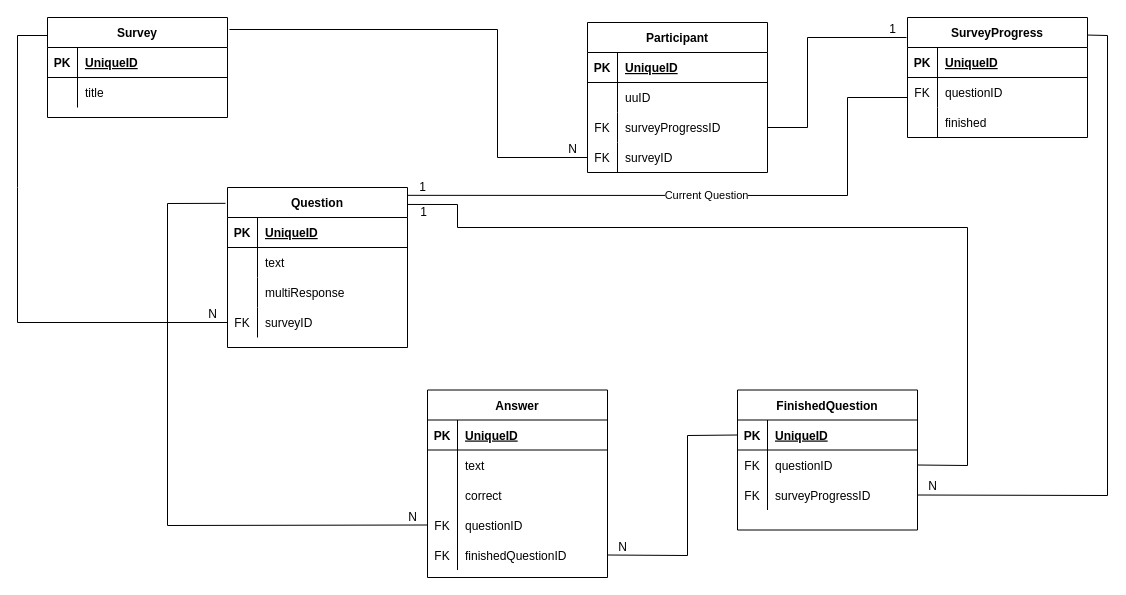
Above: docs/database.drawio in SATOCA/SATOCA (draw.io), before the change. Source tidied: cells renumbered, new cells numbered last; positions are measured from the earlier drawing's top-left corner, leaving out a move shared by most shapes. Both pictures are drawn from the tidied source at 100%, with x=0, y=0 at pixel (17, 17).
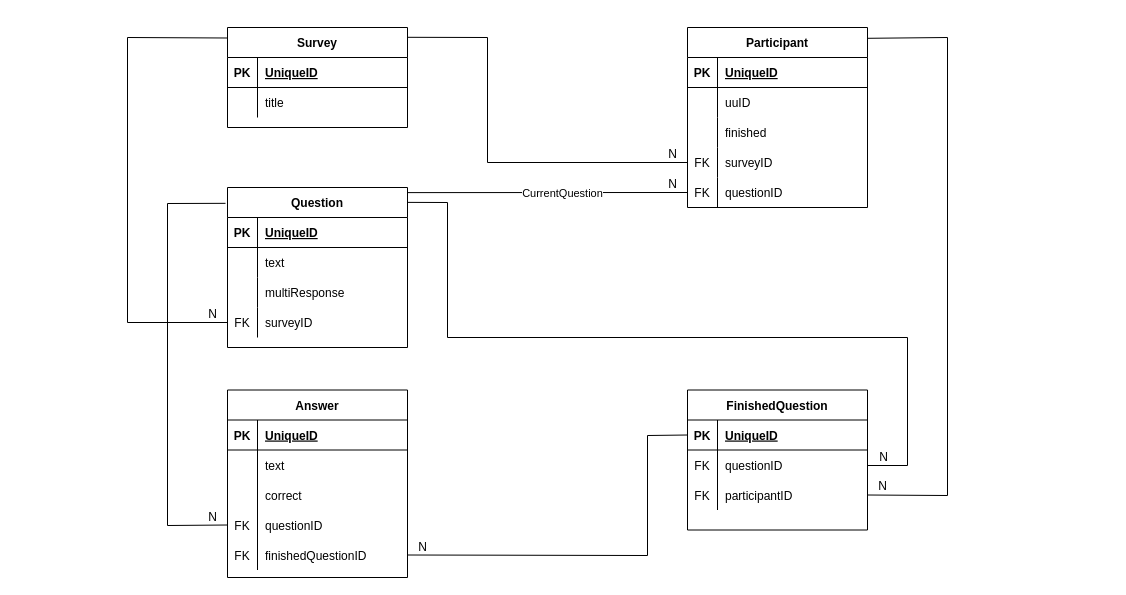
The same page after the edit.

Commit message (it also covers changes not shown here):
Include SurveyProgress into Participant

The change refers to these unchanged cells:
```xml
<mxCell id="38" value="Question" style="shape=table;startSize=30;childLayout=tableLayout;rowLines=0;fontStyle=1;align=center;" parent="1" vertex="1">
  <mxGeometry x="210" y="170" width="180" height="160" as="geometry" />
</mxCell>
<mxCell id="48" style="shape=partialRectangle;fillColor=none;top=0;left=0;bottom=0;right=0;points=[[0,0.5],[1,0.5]];portConstraint=eastwest;" parent="38" vertex="1">
  <mxGeometry y="120" width="180" height="30" as="geometry" />
</mxCell>
<mxCell id="64" style="shape=partialRectangle;fillColor=none;top=0;left=0;bottom=0;right=0;points=[[0,0.5],[1,0.5]];portConstraint=eastwest;" parent="51" vertex="1">
  <mxGeometry y="150" width="180" height="30" as="geometry" />
</mxCell>
<mxCell id="78" style="shape=partialRectangle;fillColor=none;top=0;left=0;bottom=1;right=0;points=[[0,0.5],[1,0.5]];portConstraint=eastwest;" parent="77" vertex="1">
  <mxGeometry y="30" width="180" height="30" as="geometry" />
</mxCell>
<mxCell id="81" style="shape=partialRectangle;fillColor=none;top=0;left=0;bottom=0;right=0;points=[[0,0.5],[1,0.5]];portConstraint=eastwest;" parent="77" vertex="1">
  <mxGeometry y="60" width="180" height="30" as="geometry" />
</mxCell>
<mxCell id="84" style="shape=partialRectangle;fillColor=none;top=0;left=0;bottom=0;right=0;points=[[0,0.5],[1,0.5]];portConstraint=eastwest;" parent="77" vertex="1">
  <mxGeometry y="90" width="180" height="30" as="geometry" />
</mxCell>
```

What changed in the source:
```diff
@@
-    <mxCell id="2" value="Participant" style="shape=table;startSize=30;childLayout=tableLayout;rowLines=0;fontStyle=1;align=center;" parent="1" vertex="1">
-      <mxGeometry x="570" y="5" width="180" height="150" as="geometry" />
-    </mxCell>
-    <mxCell id="3" style="shape=partialRectangle;fillColor=none;top=0;left=0;bottom=1;right=0;" parent="2" vertex="1">
-      <mxGeometry y="30" width="180" height="30" as="geometry" />
-    </mxCell>
-    <mxCell id="4" value="PK" style="shape=partialRectangle;fillColor=none;top=0;left=0;bottom=0;right=0;fontStyle=1;overflow=hidden;" parent="3" vertex="1">
-      <mxGeometry width="30" height="30" as="geometry" />
-    </mxCell>
-    <mxCell id="5" value="UniqueID" style="shape=partialRectangle;fillColor=none;top=0;left=0;bottom=0;right=0;align=left;spacingLeft=6;fontStyle=5;overflow=hidden;" parent="3" vertex="1">
-      <mxGeometry x="30" width="150" height="30" as="geometry" />
-    </mxCell>
-    <mxCell id="6" style="shape=partialRectangle;fillColor=none;top=0;left=0;bottom=0;right=0;" parent="2" vertex="1">
-      <mxGeometry y="60" width="180" height="30" as="geometry" />
-    </mxCell>
-    <mxCell id="7" style="shape=partialRectangle;fillColor=none;top=0;left=0;bottom=0;right=0;overflow=hidden;" parent="6" vertex="1">
-      <mxGeometry width="30" height="30" as="geometry" />
-    </mxCell>
-    <mxCell id="8" value="uuID" style="shape=partialRectangle;fillColor=none;top=0;left=0;bottom=0;right=0;align=left;spacingLeft=6;overflow=hidden;" parent="6" vertex="1">
-      <mxGeometry x="30" width="150" height="30" as="geometry" />
-    </mxCell>
-    <mxCell id="9" style="shape=partialRectangle;fillColor=none;top=0;left=0;bottom=0;right=0;points=[[0,0.5],[1,0.5]];portConstraint=eastwest;" parent="2" vertex="1">
-      <mxGeometry y="90" width="180" height="30" as="geometry" />
-    </mxCell>
-    <mxCell id="10" value="FK" style="shape=partialRectangle;fillColor=none;top=0;left=0;bottom=0;right=0;overflow=hidden;" parent="9" vertex="1">
-      <mxGeometry width="30" height="30" as="geometry" />
-    </mxCell>
-    <mxCell id="11" value="surveyProgressID" style="shape=partialRectangle;fillColor=none;top=0;left=0;bottom=0;right=0;align=left;spacingLeft=6;overflow=hidden;" parent="9" vertex="1">
-      <mxGeometry x="30" width="150" height="30" as="geometry" />
-    </mxCell>
-    <mxCell id="12" style="shape=partialRectangle;fillColor=none;top=0;left=0;bottom=0;right=0;points=[[0,0.5],[1,0.5]];portConstraint=eastwest;" parent="2" vertex="1">
-      <mxGeometry y="120" width="180" height="30" as="geometry" />
-    </mxCell>
-    <mxCell id="13" value="FK" style="shape=partialRectangle;fillColor=none;top=0;left=0;bottom=0;right=0;overflow=hidden;" parent="12" vertex="1">
-      <mxGeometry width="30" height="30" as="geometry" />
-    </mxCell>
-    <mxCell id="14" value="surveyID" style="shape=partialRectangle;fillColor=none;top=0;left=0;bottom=0;right=0;align=left;spacingLeft=6;overflow=hidden;" parent="12" vertex="1">
-      <mxGeometry x="30" width="150" height="30" as="geometry" />
-    </mxCell>
-    <mxCell id="15" style="endArrow=none;html=1;rounded=0;exitX=1;exitY=0.5;exitDx=0;exitDy=0;" parent="1" edge="1" source="9">
-      <mxGeometry relative="1" as="geometry">
-        <mxPoint x="889" y="20" as="targetPoint" />
-        <Array as="points">
-          <mxPoint x="790" y="110" />
-          <mxPoint x="790" y="20" />
-        </Array>
-      </mxGeometry>
-    </mxCell>
-    <mxCell id="16" value="1" style="html=1;align=right;verticalAlign=bottom;" parent="15" vertex="1">
-      <mxGeometry x="1" relative="1" as="geometry">
-        <mxPoint x="-10" as="offset" />
-      </mxGeometry>
-    </mxCell>
-    <mxCell id="17" value="Current Question" style="endArrow=none;html=1;rounded=0;exitX=0;exitY=0.667;exitDx=0;exitDy=0;exitPerimeter=0;entryX=0.996;entryY=0.049;entryDx=0;entryDy=0;entryPerimeter=0;" parent="1" edge="1" source="71" target="38">
-      <mxGeometry relative="1" as="geometry">
-        <Array as="points">
-          <mxPoint x="830" y="80" />
-          <mxPoint x="830" y="178" />
-        </Array>
-      </mxGeometry>
-    </mxCell>
-    <mxCell id="18" value="1" style="html=1;align=right;verticalAlign=bottom;" parent="17" vertex="1">
-      <mxGeometry x="1" relative="1" as="geometry">
-        <mxPoint x="20" as="offset" />
-      </mxGeometry>
-    </mxCell>
-    <mxCell id="19" style="endArrow=none;html=1;rounded=0;entryX=1;entryY=0.5;entryDx=0;entryDy=0;exitX=0.995;exitY=0.146;exitDx=0;exitDy=0;exitPerimeter=0;" parent="1" edge="1" source="67" target="84">
+    <mxCell id="19" style="endArrow=none;html=1;rounded=0;entryX=1;entryY=0.5;entryDx=0;entryDy=0;exitX=1.002;exitY=0.06;exitDx=0;exitDy=0;exitPerimeter=0;" parent="1" edge="1" source="2" target="84">
       <mxGeometry relative="1" as="geometry">
         <Array as="points">
-          <mxPoint x="1090" y="18" />
-          <mxPoint x="1090" y="478" />
+          <mxPoint x="930" y="20" />
+          <mxPoint x="930" y="478" />
         </Array>
       </mxGeometry>
     </mxCell>
@@
-    <mxCell id="21" style="endArrow=none;html=1;rounded=0;exitX=1;exitY=0.5;exitDx=0;exitDy=0;entryX=1.002;entryY=0.106;entryDx=0;entryDy=0;entryPerimeter=0;" parent="1" edge="1" source="81" target="38">
-      <mxGeometry relative="1" as="geometry">
-        <Array as="points">
-          <mxPoint x="950" y="448" />
-          <mxPoint x="950" y="210" />
-          <mxPoint x="440" y="210" />
-          <mxPoint x="440" y="187" />
-        </Array>
-      </mxGeometry>
-    </mxCell>
-    <mxCell id="22" value="1" style="html=1;align=right;verticalAlign=bottom;" parent="21" vertex="1">
-      <mxGeometry x="1" relative="1" as="geometry">
-        <mxPoint x="20" y="16" as="offset" />
-      </mxGeometry>
-    </mxCell>
     <mxCell id="23" style="endArrow=none;html=1;rounded=0;exitX=0;exitY=0.5;exitDx=0;exitDy=0;entryX=1;entryY=0.5;entryDx=0;entryDy=0;" parent="1" edge="1" source="78" target="64">
       <mxGeometry relative="1" as="geometry">
         <Array as="points">
-          <mxPoint x="670" y="418" />
-          <mxPoint x="670" y="538" />
+          <mxPoint x="630" y="418" />
+          <mxPoint x="630" y="538" />
         </Array>
       </mxGeometry>
     </mxCell>
@@
-    <mxCell id="25" style="endArrow=none;html=1;rounded=0;exitX=1.011;exitY=0.12;exitDx=0;exitDy=0;entryX=0;entryY=0.5;entryDx=0;entryDy=0;exitPerimeter=0;" parent="1" edge="1" source="31" target="12">
+    <mxCell id="25" style="endArrow=none;html=1;rounded=0;entryX=0;entryY=0.5;entryDx=0;entryDy=0;exitX=0.999;exitY=0.098;exitDx=0;exitDy=0;exitPerimeter=0;" parent="1" edge="1" source="31" target="12">
       <mxGeometry relative="1" as="geometry">
         <Array as="points">
-          <mxPoint x="480" y="12" />
-          <mxPoint x="480" y="140" />
+          <mxPoint x="470" y="20" />
+          <mxPoint x="470" y="145" />
         </Array>
       </mxGeometry>
     </mxCell>
@@
-    <mxCell id="27" style="endArrow=none;html=1;rounded=0;exitX=0.011;exitY=0.18;exitDx=0;exitDy=0;entryX=0;entryY=0.5;entryDx=0;entryDy=0;exitPerimeter=0;" parent="1" edge="1" source="31" target="48">
+    <mxCell id="27" style="endArrow=none;html=1;rounded=0;exitX=-0.001;exitY=0.105;exitDx=0;exitDy=0;entryX=0;entryY=0.5;entryDx=0;entryDy=0;exitPerimeter=0;" parent="1" edge="1" source="31" target="48">
       <mxGeometry relative="1" as="geometry">
         <Array as="points">
-          <mxPoint y="18" />
-          <mxPoint y="170" />
-          <mxPoint y="305" />
+          <mxPoint x="110" y="20" />
+          <mxPoint x="110" y="305" />
         </Array>
       </mxGeometry>
     </mxCell>
@@
-    <mxCell id="31" value="Survey" style="shape=table;startSize=30;childLayout=tableLayout;rowLines=0;fontStyle=1;align=center;" parent="1" vertex="1">
-      <mxGeometry x="30" width="180" height="100" as="geometry" />
-    </mxCell>
-    <mxCell id="32" style="shape=partialRectangle;fillColor=none;top=0;left=0;bottom=1;right=0;" parent="31" vertex="1">
-      <mxGeometry y="30" width="180" height="30" as="geometry" />
-    </mxCell>
-    <mxCell id="33" value="PK" style="shape=partialRectangle;fillColor=none;top=0;left=0;bottom=0;right=0;fontStyle=1;overflow=hidden;" parent="32" vertex="1">
-      <mxGeometry width="30" height="30" as="geometry" />
-    </mxCell>
-    <mxCell id="34" value="UniqueID" style="shape=partialRectangle;fillColor=none;top=0;left=0;bottom=0;right=0;align=left;spacingLeft=6;fontStyle=5;overflow=hidden;" parent="32" vertex="1">
-      <mxGeometry x="30" width="150" height="30" as="geometry" />
-    </mxCell>
-    <mxCell id="35" style="shape=partialRectangle;fillColor=none;top=0;left=0;bottom=0;right=0;" parent="31" vertex="1">
-      <mxGeometry y="60" width="180" height="30" as="geometry" />
-    </mxCell>
-    <mxCell id="36" style="shape=partialRectangle;fillColor=none;top=0;left=0;bottom=0;right=0;overflow=hidden;" parent="35" vertex="1">
-      <mxGeometry width="30" height="30" as="geometry" />
-    </mxCell>
-    <mxCell id="37" value="title" style="shape=partialRectangle;fillColor=none;top=0;left=0;bottom=0;right=0;align=left;spacingLeft=6;overflow=hidden;" parent="35" vertex="1">
-      <mxGeometry x="30" width="150" height="30" as="geometry" />
-    </mxCell>
@@
+    <mxCell id="2" value="Participant" style="shape=table;startSize=30;childLayout=tableLayout;rowLines=0;fontStyle=1;align=center;" parent="1" vertex="1">
+      <mxGeometry x="670" y="10" width="180" height="180" as="geometry" />
+    </mxCell>
+    <mxCell id="87" style="shape=partialRectangle;fillColor=none;top=0;left=0;bottom=1;right=0;" parent="2" vertex="1">
+      <mxGeometry y="30" width="180" height="30" as="geometry" />
+    </mxCell>
+    <mxCell id="88" value="PK" style="shape=partialRectangle;fillColor=none;top=0;left=0;bottom=0;right=0;fontStyle=1;overflow=hidden;" parent="87" vertex="1">
+      <mxGeometry width="30" height="30" as="geometry" />
+    </mxCell>
+    <mxCell id="89" value="UniqueID" style="shape=partialRectangle;fillColor=none;top=0;left=0;bottom=0;right=0;align=left;spacingLeft=6;fontStyle=5;overflow=hidden;" parent="87" vertex="1">
+      <mxGeometry x="30" width="150" height="30" as="geometry" />
+    </mxCell>
+    <mxCell id="90" style="shape=partialRectangle;fillColor=none;top=0;left=0;bottom=0;right=0;" parent="2" vertex="1">
+      <mxGeometry y="60" width="180" height="30" as="geometry" />
+    </mxCell>
+    <mxCell id="91" style="shape=partialRectangle;fillColor=none;top=0;left=0;bottom=0;right=0;overflow=hidden;" parent="90" vertex="1">
+      <mxGeometry width="30" height="30" as="geometry" />
+    </mxCell>
+    <mxCell id="8" value="uuID" style="shape=partialRectangle;fillColor=none;top=0;left=0;bottom=0;right=0;align=left;spacingLeft=6;overflow=hidden;" parent="90" vertex="1">
+      <mxGeometry x="30" width="150" height="30" as="geometry" />
+    </mxCell>
+    <mxCell id="92" style="shape=partialRectangle;fillColor=none;top=0;left=0;bottom=0;right=0;" parent="2" vertex="1">
+      <mxGeometry y="90" width="180" height="30" as="geometry" />
+    </mxCell>
+    <mxCell id="93" style="shape=partialRectangle;fillColor=none;top=0;left=0;bottom=0;right=0;overflow=hidden;" parent="92" vertex="1">
+      <mxGeometry width="30" height="30" as="geometry" />
+    </mxCell>
+    <mxCell id="76" value="finished" style="shape=partialRectangle;fillColor=none;top=0;left=0;bottom=0;right=0;align=left;spacingLeft=6;overflow=hidden;" parent="92" vertex="1">
+      <mxGeometry x="30" width="150" height="30" as="geometry" />
+    </mxCell>
+    <mxCell id="12" style="shape=partialRectangle;fillColor=none;top=0;left=0;bottom=0;right=0;points=[[0,0.5],[1,0.5]];portConstraint=eastwest;" parent="2" vertex="1">
+      <mxGeometry y="120" width="180" height="30" as="geometry" />
+    </mxCell>
+    <mxCell id="94" value="FK" style="shape=partialRectangle;fillColor=none;top=0;left=0;bottom=0;right=0;overflow=hidden;" parent="12" vertex="1">
+      <mxGeometry width="30" height="30" as="geometry" />
+    </mxCell>
+    <mxCell id="14" value="surveyID" style="shape=partialRectangle;fillColor=none;top=0;left=0;bottom=0;right=0;align=left;spacingLeft=6;overflow=hidden;" parent="12" vertex="1">
+      <mxGeometry x="30" width="150" height="30" as="geometry" />
+    </mxCell>
+    <mxCell id="95" style="shape=partialRectangle;fillColor=none;top=0;left=0;bottom=0;right=0;points=[[0,0.5],[1,0.5]];portConstraint=eastwest;" parent="2" vertex="1">
+      <mxGeometry y="150" width="180" height="30" as="geometry" />
+    </mxCell>
+    <mxCell id="96" value="FK" style="shape=partialRectangle;fillColor=none;top=0;left=0;bottom=0;right=0;overflow=hidden;" parent="95" vertex="1">
+      <mxGeometry width="30" height="30" as="geometry" />
+    </mxCell>
+    <mxCell id="73" value="questionID" style="shape=partialRectangle;fillColor=none;top=0;left=0;bottom=0;right=0;align=left;spacingLeft=6;overflow=hidden;" parent="95" vertex="1">
+      <mxGeometry x="30" width="150" height="30" as="geometry" />
+    </mxCell>
     <mxCell id="51" value="Answer" style="shape=table;startSize=30;childLayout=tableLayout;rowLines=0;fontStyle=1;align=center;" parent="1" vertex="1">
-      <mxGeometry x="410" y="372.5" width="180" height="187.5" as="geometry" />
+      <mxGeometry x="210" y="372.5" width="180" height="187.5" as="geometry" />
     </mxCell>
@@
-    <mxCell id="67" value="SurveyProgress" style="shape=table;startSize=30;childLayout=tableLayout;rowLines=0;fontStyle=1;align=center;" parent="1" vertex="1">
-      <mxGeometry x="890" width="180" height="120" as="geometry" />
-    </mxCell>
-    <mxCell id="68" style="shape=partialRectangle;fillColor=none;top=0;left=0;bottom=1;right=0;" parent="67" vertex="1">
-      <mxGeometry y="30" width="180" height="30" as="geometry" />
-    </mxCell>
-    <mxCell id="69" value="PK" style="shape=partialRectangle;fillColor=none;top=0;left=0;bottom=0;right=0;fontStyle=1;overflow=hidden;" parent="68" vertex="1">
-      <mxGeometry width="30" height="30" as="geometry" />
-    </mxCell>
-    <mxCell id="70" value="UniqueID" style="shape=partialRectangle;fillColor=none;top=0;left=0;bottom=0;right=0;align=left;spacingLeft=6;fontStyle=5;overflow=hidden;" parent="68" vertex="1">
-      <mxGeometry x="30" width="150" height="30" as="geometry" />
-    </mxCell>
-    <mxCell id="71" style="shape=partialRectangle;fillColor=none;top=0;left=0;bottom=0;right=0;points=[[0,0.5],[1,0.5]];portConstraint=eastwest;" parent="67" vertex="1">
-      <mxGeometry y="60" width="180" height="30" as="geometry" />
-    </mxCell>
-    <mxCell id="72" value="FK" style="shape=partialRectangle;fillColor=none;top=0;left=0;bottom=0;right=0;overflow=hidden;" parent="71" vertex="1">
-      <mxGeometry width="30" height="30" as="geometry" />
-    </mxCell>
-    <mxCell id="73" value="questionID" style="shape=partialRectangle;fillColor=none;top=0;left=0;bottom=0;right=0;align=left;spacingLeft=6;overflow=hidden;" parent="71" vertex="1">
-      <mxGeometry x="30" width="150" height="30" as="geometry" />
-    </mxCell>
-    <mxCell id="74" style="shape=partialRectangle;fillColor=none;top=0;left=0;bottom=0;right=0;" parent="67" vertex="1">
-      <mxGeometry y="90" width="180" height="30" as="geometry" />
-    </mxCell>
-    <mxCell id="75" style="shape=partialRectangle;fillColor=none;top=0;left=0;bottom=0;right=0;overflow=hidden;" parent="74" vertex="1">
-      <mxGeometry width="30" height="30" as="geometry" />
-    </mxCell>
-    <mxCell id="76" value="finished" style="shape=partialRectangle;fillColor=none;top=0;left=0;bottom=0;right=0;align=left;spacingLeft=6;overflow=hidden;" parent="74" vertex="1">
-      <mxGeometry x="30" width="150" height="30" as="geometry" />
-    </mxCell>
     <mxCell id="77" value="FinishedQuestion" style="shape=table;startSize=30;childLayout=tableLayout;rowLines=0;fontStyle=1;align=center;" parent="1" vertex="1">
-      <mxGeometry x="720" y="372.5" width="180" height="140" as="geometry" />
+      <mxGeometry x="670" y="372.5" width="180" height="140" as="geometry" />
     </mxCell>
@@
-    <mxCell id="86" value="surveyProgressID" style="shape=partialRectangle;fillColor=none;top=0;left=0;bottom=0;right=0;align=left;spacingLeft=6;overflow=hidden;" parent="84" vertex="1">
+    <mxCell id="86" value="participantID" style="shape=partialRectangle;fillColor=none;top=0;left=0;bottom=0;right=0;align=left;spacingLeft=6;overflow=hidden;" parent="84" vertex="1">
       <mxGeometry x="30" width="150" height="30" as="geometry" />
     </mxCell>
+    <mxCell id="97" style="endArrow=none;html=1;rounded=0;exitX=1;exitY=0.093;exitDx=0;exitDy=0;exitPerimeter=0;" parent="1" edge="1" source="38">
+      <mxGeometry relative="1" as="geometry">
+        <mxPoint x="850" y="448" as="targetPoint" />
+        <Array as="points">
+          <mxPoint x="430" y="185" />
+          <mxPoint x="430" y="320" />
+          <mxPoint x="890" y="320" />
+          <mxPoint x="890" y="448" />
+        </Array>
+      </mxGeometry>
+    </mxCell>
+    <mxCell id="98" value="N" style="html=1;align=right;verticalAlign=bottom;" parent="97" vertex="1">
+      <mxGeometry x="1" relative="1" as="geometry">
+        <mxPoint x="21" as="offset" />
+      </mxGeometry>
+    </mxCell>
+    <mxCell id="99" style="endArrow=none;rounded=0;entryX=0;entryY=0.5;entryDx=0;entryDy=0;exitX=1;exitY=0.032;exitDx=0;exitDy=0;exitPerimeter=0;html=1;" parent="1" edge="1" source="38" target="95">
+      <mxGeometry relative="1" as="geometry" />
+    </mxCell>
+    <mxCell id="100" value="N" style="html=1;align=right;verticalAlign=bottom;" parent="99" vertex="1">
+      <mxGeometry x="1" relative="1" as="geometry">
+        <mxPoint x="-10" as="offset" />
+      </mxGeometry>
+    </mxCell>
+    <mxCell id="101" value="CurrentQuestion" style="edgeLabel;html=1;align=center;verticalAlign=middle;" parent="99" vertex="1">
+      <mxGeometry x="0.11" relative="1" as="geometry" />
+    </mxCell>
+    <mxCell id="31" value="Survey" style="shape=table;startSize=30;childLayout=tableLayout;rowLines=0;fontStyle=1;align=center;" parent="1" vertex="1">
+      <mxGeometry x="210" y="10" width="180" height="100" as="geometry" />
+    </mxCell>
+    <mxCell id="32" style="shape=partialRectangle;fillColor=none;top=0;left=0;bottom=1;right=0;" parent="31" vertex="1">
+      <mxGeometry y="30" width="180" height="30" as="geometry" />
+    </mxCell>
+    <mxCell id="33" value="PK" style="shape=partialRectangle;fillColor=none;top=0;left=0;bottom=0;right=0;fontStyle=1;overflow=hidden;" parent="32" vertex="1">
+      <mxGeometry width="30" height="30" as="geometry" />
+    </mxCell>
+    <mxCell id="34" value="UniqueID" style="shape=partialRectangle;fillColor=none;top=0;left=0;bottom=0;right=0;align=left;spacingLeft=6;fontStyle=5;overflow=hidden;" parent="32" vertex="1">
+      <mxGeometry x="30" width="150" height="30" as="geometry" />
+    </mxCell>
+    <mxCell id="35" style="shape=partialRectangle;fillColor=none;top=0;left=0;bottom=0;right=0;" parent="31" vertex="1">
+      <mxGeometry y="60" width="180" height="30" as="geometry" />
+    </mxCell>
+    <mxCell id="36" style="shape=partialRectangle;fillColor=none;top=0;left=0;bottom=0;right=0;overflow=hidden;" parent="35" vertex="1">
+      <mxGeometry width="30" height="30" as="geometry" />
+    </mxCell>
+    <mxCell id="37" value="title" style="shape=partialRectangle;fillColor=none;top=0;left=0;bottom=0;right=0;align=left;spacingLeft=6;overflow=hidden;" parent="35" vertex="1">
+      <mxGeometry x="30" width="150" height="30" as="geometry" />
+    </mxCell>
```
